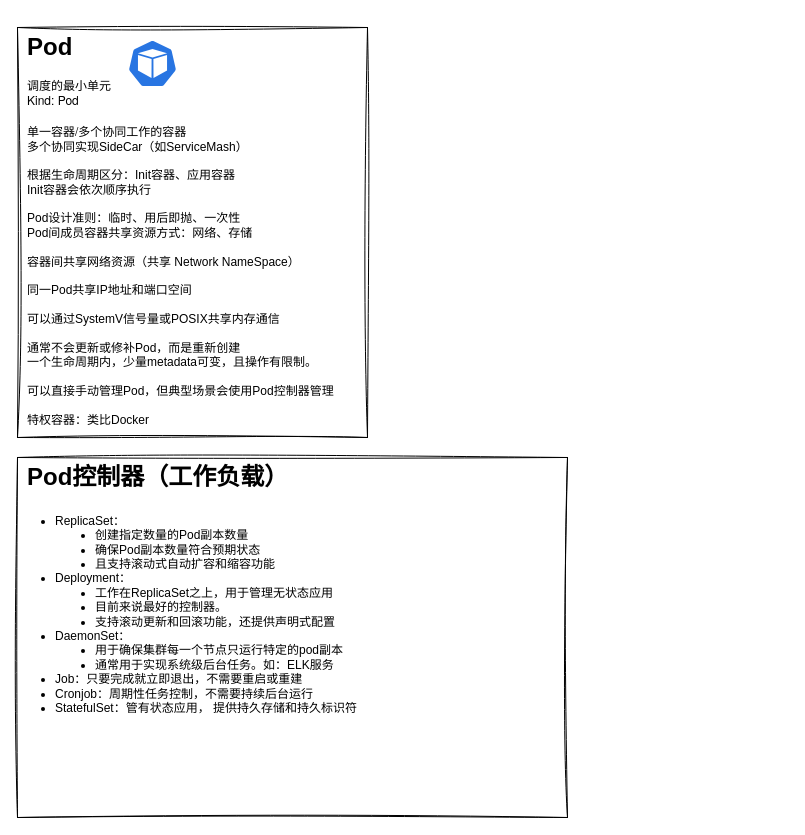
This is K8s.drawio from dextercai/dextercai, a draw.io file, before an edit. Source tidied: cells renumbered, new cells numbered last; positions are measured from the earlier drawing's top-left corner, leaving out a move shared by most shapes. Both pictures are drawn from the tidied source at 100%, with x=0, y=0 at pixel (17, 27).
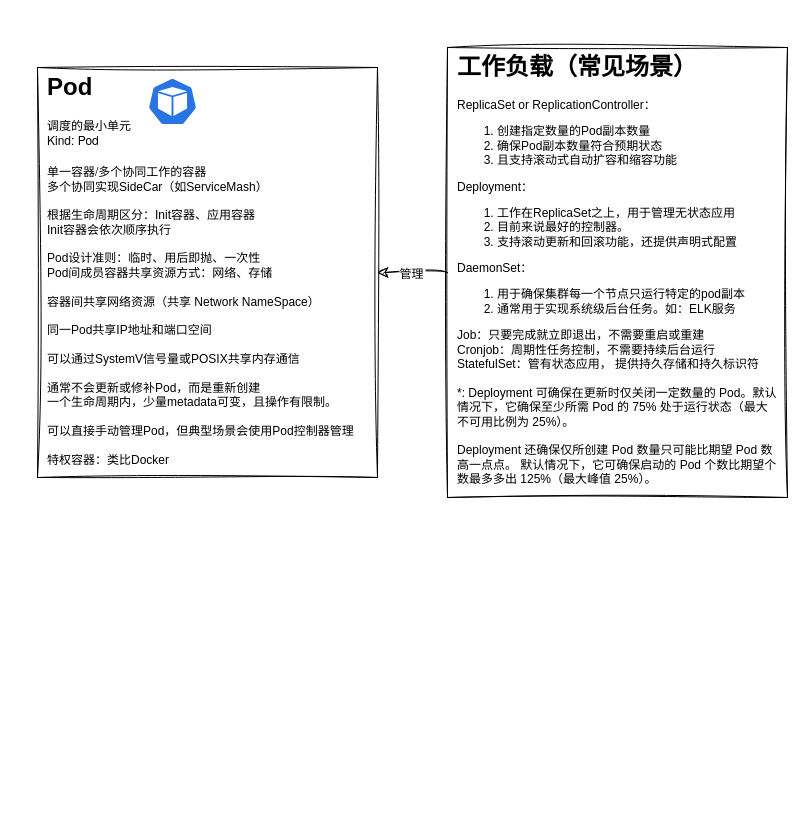
Above is the later version.

The edit, as a diff of the source:
```diff
@@
 <mxGraphModel>
   <root>
     <mxCell id="0" />
     <mxCell id="1" parent="0" />
+    <mxCell id="5" style="edgeStyle=orthogonalEdgeStyle;jettySize=auto;html=1;entryX=1;entryY=0.5;entryDx=0;entryDy=0;fontSize=12;fontColor=default;startSize=8;endSize=8;curved=1;sketch=1;curveFitting=1;jiggle=2;" parent="1" edge="1" source="2" target="3">
+      <mxGeometry relative="1" as="geometry" />
+    </mxCell>
+    <mxCell id="6" value="管理" style="edgeLabel;align=center;verticalAlign=middle;fontSize=12;fontColor=default;labelBorderColor=none;horizontal=1;labelBackgroundColor=default;" parent="5" vertex="1">
+      <mxGeometry x="-0.32" relative="1" as="geometry">
+        <mxPoint x="-12" as="offset" />
+      </mxGeometry>
+    </mxCell>
-    <mxCell id="2" value="&lt;h1&gt;Pod控制器（工作负载）&lt;/h1&gt;&lt;ul style=&quot;margin: 22px 0px; padding: 0px 0px 0px 28px; border: 0px; vertical-align: baseline; box-sizing: border-box; list-style-position: initial; list-style-image: initial; font-family: UbuntuMono, &amp;quot;Varela Round&amp;quot;, &amp;quot;PingFang SC&amp;quot;, &amp;quot;Microsoft YaHei&amp;quot;, Helvetica, Arial, Menlo, Monaco, monospace, sans-serif;&quot;&gt;&lt;li style=&quot;margin: 0px; padding: 0px; border: 0px; vertical-align: baseline; box-sizing: border-box; list-style-type: disc;&quot;&gt;ReplicaSet：&lt;/li&gt;&lt;ul&gt;&lt;li style=&quot;margin: 0px; padding: 0px; border: 0px; vertical-align: baseline; box-sizing: border-box; list-style-type: disc;&quot;&gt;创建指定数量的Pod副本数量&lt;/li&gt;&lt;li style=&quot;margin: 0px; padding: 0px; border: 0px; vertical-align: baseline; box-sizing: border-box; list-style-type: disc;&quot;&gt;确保Pod副本数量符合预期状态&lt;/li&gt;&lt;li style=&quot;margin: 0px; padding: 0px; border: 0px; vertical-align: baseline; box-sizing: border-box; list-style-type: disc;&quot;&gt;且支持滚动式自动扩容和缩容功能&lt;/li&gt;&lt;/ul&gt;&lt;li style=&quot;margin: 0px; padding: 0px; border: 0px; vertical-align: baseline; box-sizing: border-box; list-style-type: disc;&quot;&gt;Deployment：&lt;/li&gt;&lt;ul&gt;&lt;li style=&quot;margin: 0px; padding: 0px; border: 0px; vertical-align: baseline; box-sizing: border-box; list-style-type: disc;&quot;&gt;工作在ReplicaSet之上，用于管理无状态应用&lt;/li&gt;&lt;li style=&quot;margin: 0px; padding: 0px; border: 0px; vertical-align: baseline; box-sizing: border-box; list-style-type: disc;&quot;&gt;目前来说最好的控制器。&lt;/li&gt;&lt;li style=&quot;margin: 0px; padding: 0px; border: 0px; vertical-align: baseline; box-sizing: border-box; list-style-type: disc;&quot;&gt;支持滚动更新和回滚功能，还提供声明式配置&lt;/li&gt;&lt;/ul&gt;&lt;li style=&quot;margin: 0px; padding: 0px; border: 0px; vertical-align: baseline; box-sizing: border-box; list-style-type: disc;&quot;&gt;DaemonSet：&lt;/li&gt;&lt;ul&gt;&lt;li style=&quot;margin: 0px; padding: 0px; border: 0px; vertical-align: baseline; box-sizing: border-box; list-style-type: disc;&quot;&gt;用于确保集群每一个节点只运行特定的pod副本&lt;/li&gt;&lt;li style=&quot;margin: 0px; padding: 0px; border: 0px; vertical-align: baseline; box-sizing: border-box; list-style-type: disc;&quot;&gt;通常用于实现系统级后台任务。如：ELK服务&lt;/li&gt;&lt;/ul&gt;&lt;li style=&quot;margin: 0px; padding: 0px; border: 0px; vertical-align: baseline; box-sizing: border-box; list-style-type: disc;&quot;&gt;Job：只要完成就立即退出，不需要重启或重建&lt;/li&gt;&lt;li style=&quot;margin: 0px; padding: 0px; border: 0px; vertical-align: baseline; box-sizing: border-box; list-style-type: disc;&quot;&gt;Cronjob：周期性任务控制，不需要持续后台运行&lt;/li&gt;&lt;li style=&quot;margin: 0px; padding: 0px; border: 0px; vertical-align: baseline; box-sizing: border-box; list-style-type: disc;&quot;&gt;StatefulSet：管有状态应用，&amp;nbsp;提供持久存储和持久标识符&lt;/li&gt;&lt;/ul&gt;" style="text;html=1;strokeColor=default;fillColor=none;spacing=5;spacingTop=-20;whiteSpace=wrap;overflow=hidden;rounded=0;sketch=1;curveFitting=1;jiggle=2;spacingLeft=5;spacingBottom=5;spacingRight=5;fontColor=default;labelBackgroundColor=none;" parent="1" vertex="1">
-      <mxGeometry y="430" width="550" height="360" as="geometry" />
+    <mxCell id="2" value="&lt;h1&gt;工作负载（常见场景）&lt;/h1&gt;&lt;span style=&quot;background-color: initial;&quot;&gt;ReplicaSet or ReplicationController：&lt;/span&gt;&lt;br&gt;&lt;ol&gt;&lt;li&gt;&lt;span style=&quot;background-color: initial;&quot;&gt;创建指定数量的Pod副本数量&lt;/span&gt;&lt;br&gt;&lt;/li&gt;&lt;li&gt;&lt;span style=&quot;background-color: initial;&quot;&gt;确保Pod副本数量符合预期状态&lt;/span&gt;&lt;br&gt;&lt;/li&gt;&lt;li&gt;&lt;span style=&quot;background-color: initial;&quot;&gt;且支持滚动式自动扩容和缩容功能&lt;/span&gt;&lt;br&gt;&lt;/li&gt;&lt;/ol&gt;&lt;span style=&quot;background-color: initial;&quot;&gt;Deployment：&lt;/span&gt;&lt;br&gt;&lt;ol&gt;&lt;li&gt;&lt;span style=&quot;background-color: initial;&quot;&gt;工作在ReplicaSet之上，用于管理无状态应用&lt;/span&gt;&lt;br&gt;&lt;/li&gt;&lt;li&gt;&lt;span style=&quot;background-color: initial;&quot;&gt;目前来说最好的控制器。&lt;/span&gt;&lt;br&gt;&lt;/li&gt;&lt;li&gt;&lt;span style=&quot;background-color: initial;&quot;&gt;支持滚动更新和回滚功能，还提供声明式配置&lt;/span&gt;&lt;br&gt;&lt;/li&gt;&lt;/ol&gt;&lt;span style=&quot;background-color: initial;&quot;&gt;DaemonSet：&lt;/span&gt;&lt;br&gt;&lt;ol&gt;&lt;li&gt;&lt;span style=&quot;background-color: initial;&quot;&gt;用于确保集群每一个节点只运行特定的pod副本&lt;/span&gt;&lt;br&gt;&lt;/li&gt;&lt;li&gt;&lt;span style=&quot;background-color: initial;&quot;&gt;通常用于实现系统级后台任务。如：ELK服务&lt;/span&gt;&lt;br&gt;&lt;/li&gt;&lt;/ol&gt;&lt;span style=&quot;background-color: initial;&quot;&gt;Job：只要完成就立即退出，不需要重启或重建&lt;/span&gt;&lt;br&gt;&lt;span style=&quot;background-color: initial;&quot;&gt;Cronjob：周期性任务控制，不需要持续后台运行&lt;/span&gt;&lt;br&gt;StatefulSet：管有状态应用，&amp;nbsp;提供持久存储和持久标识符&lt;br&gt;&lt;br&gt;&lt;span style=&quot;background-color: initial;&quot;&gt;*: Deployment 可确保在更新时仅关闭一定数量的 Pod。默认情况下，它确保至少所需 Pod 的 75% 处于运行状态（最大不可用比例为 25%）。&lt;/span&gt;&lt;br&gt;&lt;div&gt;&lt;br&gt;&lt;/div&gt;&lt;div&gt;Deployment 还确保仅所创建 Pod 数量只可能比期望 Pod 数高一点点。 默认情况下，它可确保启动的 Pod 个数比期望个数最多多出 125%（最大峰值 25%）。&lt;/div&gt;&lt;span style=&quot;background-color: initial;&quot;&gt;&lt;br&gt;&lt;/span&gt;" style="text;html=1;strokeColor=default;fillColor=none;spacing=5;spacingTop=-20;whiteSpace=wrap;overflow=hidden;rounded=0;sketch=1;curveFitting=1;jiggle=2;spacingLeft=5;spacingBottom=5;spacingRight=5;fontColor=default;labelBackgroundColor=none;" parent="1" vertex="1">
+      <mxGeometry x="430" y="20" width="340" height="450" as="geometry" />
     </mxCell>
     <mxCell id="3" value="&lt;h1&gt;&lt;span style=&quot;&quot;&gt; &lt;/span&gt;&lt;font style=&quot;font-size: 24px;&quot;&gt;&lt;span style=&quot;&quot;&gt; &lt;/span&gt;Pod&lt;/font&gt;&lt;strong style=&quot;margin: 0px; padding: 0px; font-family: &amp;quot;PingFang SC&amp;quot;, &amp;quot;Microsoft YaHei&amp;quot;, &amp;quot;Helvetica Neue&amp;quot;, Helvetica, Arial, sans-serif; font-size: 14px;&quot;&gt;&amp;nbsp;&lt;/strong&gt;&lt;/h1&gt;&lt;div style=&quot;&quot;&gt;&lt;font style=&quot;font-size: 12px;&quot; face=&quot;PingFang SC, Microsoft YaHei, Helvetica Neue, Helvetica, Arial, sans-serif&quot;&gt;调度的最小单元&lt;/font&gt;&lt;/div&gt;&lt;div style=&quot;&quot;&gt;&lt;font style=&quot;font-size: 12px;&quot; face=&quot;PingFang SC, Microsoft YaHei, Helvetica Neue, Helvetica, Arial, sans-serif&quot;&gt;Kind: Pod&lt;/font&gt;&lt;/div&gt;&lt;div style=&quot;&quot;&gt;&lt;font style=&quot;font-size: 12px;&quot; face=&quot;PingFang SC, Microsoft YaHei, Helvetica Neue, Helvetica, Arial, sans-serif&quot;&gt;&lt;br&gt;&lt;/font&gt;&lt;/div&gt;&lt;div style=&quot;&quot;&gt;&lt;font style=&quot;font-size: 12px;&quot; face=&quot;PingFang SC, Microsoft YaHei, Helvetica Neue, Helvetica, Arial, sans-serif&quot;&gt;单一容器/多个协同工作的容器&lt;/font&gt;&lt;/div&gt;&lt;div style=&quot;&quot;&gt;&lt;font style=&quot;font-size: 12px;&quot;&gt;多个协同实现SideCar（如ServiceMash）&lt;/font&gt;&lt;/div&gt;&lt;div&gt;&lt;br&gt;&lt;/div&gt;&lt;div&gt;根据生命周期区分：Init容器、应用容器&lt;/div&gt;&lt;div&gt;Init容器会依次顺序执行&lt;/div&gt;&lt;div&gt;&lt;br&gt;&lt;/div&gt;&lt;div&gt;Pod设计准则：临时、用后即抛、一次性&lt;/div&gt;&lt;div&gt;Pod间成员容器共享资源方式：网络、存储&lt;/div&gt;&lt;div&gt;&lt;br&gt;&lt;/div&gt;&lt;div&gt;容器间&lt;span style=&quot;background-color: initial;&quot;&gt;共享网络资源&lt;/span&gt;&lt;span style=&quot;background-color: initial;&quot;&gt;（共享 Network NameSpace）&lt;/span&gt;&lt;/div&gt;&lt;div&gt;&lt;span style=&quot;background-color: initial;&quot;&gt;&lt;br&gt;&lt;/span&gt;&lt;/div&gt;&lt;div&gt;&lt;span style=&quot;background-color: initial;&quot;&gt;同一Pod共享IP地址和端口空间&lt;/span&gt;&lt;/div&gt;&lt;div&gt;&lt;span style=&quot;background-color: initial;&quot;&gt;&lt;br&gt;&lt;/span&gt;&lt;/div&gt;&lt;div&gt;&lt;span style=&quot;background-color: initial;&quot;&gt;可以通过SystemV信号量或POSIX共享内存通信&lt;/span&gt;&lt;/div&gt;&lt;div&gt;&lt;span style=&quot;background-color: initial;&quot;&gt;&lt;br&gt;&lt;/span&gt;&lt;/div&gt;&lt;div&gt;通常不会更新或修补Pod，而是重新创建&lt;/div&gt;&lt;div&gt;一个生命周期内，少量metadata可变，且操作有限制。&lt;/div&gt;&lt;div&gt;&lt;br&gt;&lt;/div&gt;&lt;div&gt;可以直接手动管理Pod，但典型场景会使用Pod控制器管理&lt;/div&gt;&lt;div&gt;&lt;br&gt;&lt;/div&gt;&lt;div&gt;特权容器：类比Docker&lt;/div&gt;" style="text;html=1;strokeColor=default;fillColor=none;spacing=5;spacingTop=-20;whiteSpace=wrap;overflow=hidden;rounded=0;labelBackgroundColor=none;labelBorderColor=none;verticalAlign=top;horizontal=1;align=left;fontStyle=0;labelPosition=center;verticalLabelPosition=middle;shadow=0;sketch=1;curveFitting=1;jiggle=2;spacingLeft=5;spacingRight=5;spacingBottom=5;" parent="1" vertex="1">
-      <mxGeometry width="350" height="410" as="geometry" />
+      <mxGeometry x="20" y="40" width="340" height="410" as="geometry" />
     </mxCell>
     <mxCell id="4" style="sketch=0;html=1;dashed=0;whitespace=wrap;fillColor=#2875E2;strokeColor=#ffffff;shape=mxgraph.kubernetes.icon;prIcon=pod;labelBackgroundColor=none;fontColor=#000000;" parent="1" vertex="1">
-      <mxGeometry x="110" y="12" width="50" height="48" as="geometry" />
+      <mxGeometry x="130" y="50" width="50" height="48" as="geometry" />
     </mxCell>
   </root>
 </mxGraphModel>
```
